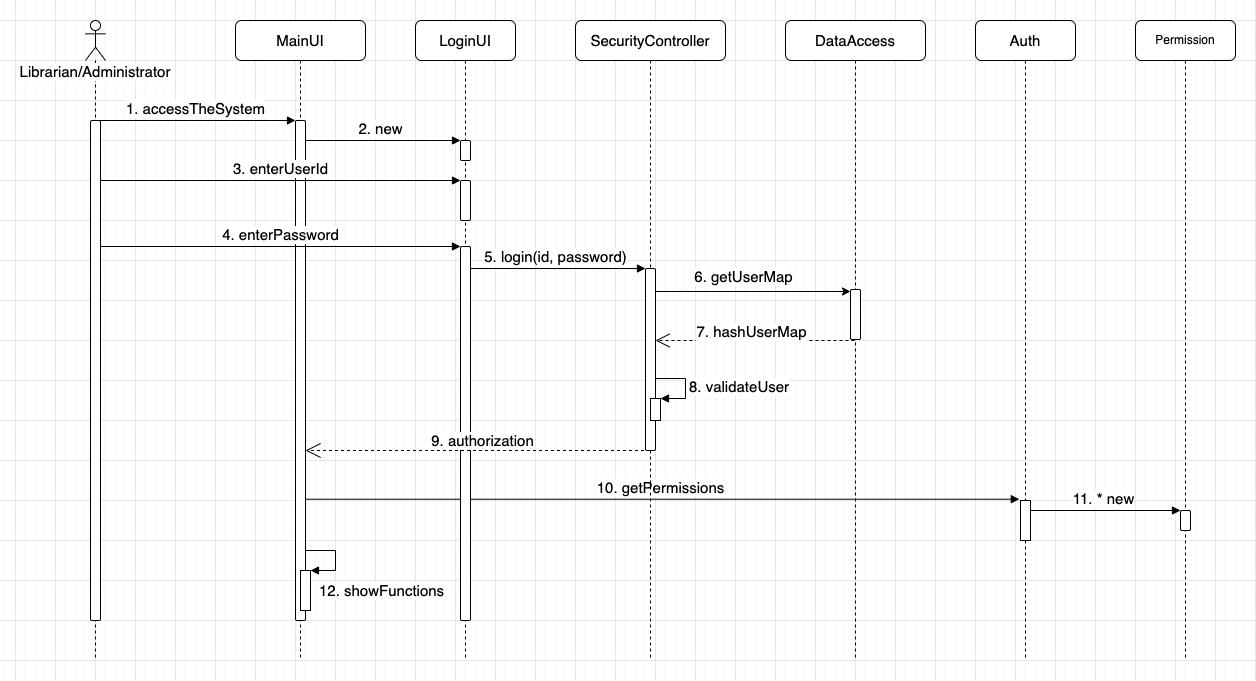
Above: uml/1_LibrarianLoginSequenceDiagram.png in mthuong/mpp-project (draw.io), before the change. Source tidied: cells renumbered, new cells last; positions are measured from the earlier drawing's top-left corner, leaving out a move shared by most shapes.
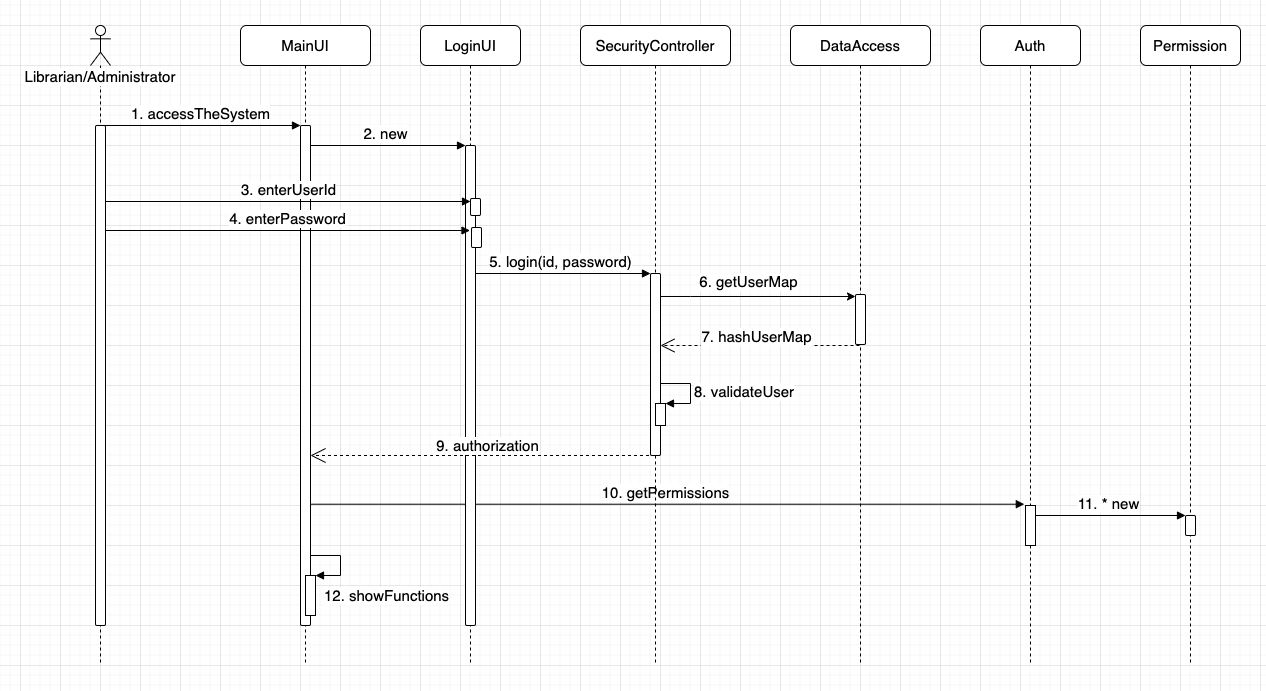
The same file after the commit.

Change to the diagram source:
```diff
@@ -5,8 +5,10 @@
     <mxCell id="2" value="11. * new" style="html=1;verticalAlign=bottom;endArrow=block;entryX=0;entryY=0;rounded=0;fontSize=15;" parent="1" edge="1" source="22" target="32">
       <mxGeometry relative="1" as="geometry" />
     </mxCell>
-    <mxCell id="3" value="2. new" style="html=1;verticalAlign=bottom;endArrow=block;entryX=0;entryY=0;rounded=0;fontSize=15;" parent="1" edge="1" source="8" target="26">
-      <mxGeometry relative="1" as="geometry" />
+    <mxCell id="3" value="2. new" style="html=1;verticalAlign=bottom;endArrow=block;entryX=0;entryY=0;rounded=0;fontSize=15;" parent="1" edge="1" source="8">
+      <mxGeometry relative="1" as="geometry">
+        <mxPoint x="375" y="120" as="targetPoint" />
+      </mxGeometry>
     </mxCell>
     <mxCell id="4" value="&lt;font style=&quot;font-size: 15px&quot;&gt;10. getPermissions&lt;/font&gt;" style="html=1;verticalAlign=bottom;endArrow=block;entryX=-0.118;entryY=-0.032;rounded=0;entryDx=0;entryDy=0;entryPerimeter=0;" parent="1" edge="1" source="8" target="23">
       <mxGeometry relative="1" as="geometry" />
@@ -97,15 +99,15 @@
     <mxCell id="24" value="LoginUI" style="shape=umlLifeline;perimeter=lifelinePerimeter;whiteSpace=wrap;html=1;rounded=1;fontSize=15;" parent="1" vertex="1">
       <mxGeometry x="330" width="100" height="640" as="geometry" />
     </mxCell>
-    <mxCell id="25" style="html=1;points=[];perimeter=orthogonalPerimeter;rounded=1;shadow=0;glass=0;sketch=0;fontSize=15;gradientColor=none;" parent="24" vertex="1">
-      <mxGeometry x="45" y="160" width="10" height="40" as="geometry" />
-    </mxCell>
-    <mxCell id="26" style="html=1;points=[];perimeter=orthogonalPerimeter;rounded=1;fontSize=15;" parent="24" vertex="1">
-      <mxGeometry x="45" y="120" width="10" height="20" as="geometry" />
-    </mxCell>
     <mxCell id="27" style="html=1;points=[];perimeter=orthogonalPerimeter;rounded=1;shadow=0;glass=0;sketch=0;fontSize=15;gradientColor=none;" parent="24" vertex="1">
-      <mxGeometry x="45" y="226" width="10" height="374" as="geometry" />
+      <mxGeometry x="45" y="120" width="10" height="480" as="geometry" />
     </mxCell>
+    <mxCell id="33" style="html=1;points=[];perimeter=orthogonalPerimeter;rounded=1;fontSize=15;" parent="24" vertex="1">
+      <mxGeometry x="50" y="173" width="10" height="17" as="geometry" />
+    </mxCell>
+    <mxCell id="34" style="html=1;perimeter=orthogonalPerimeter;rounded=1;fontSize=15;" parent="24" vertex="1">
+      <mxGeometry x="51" y="202" width="10" height="20" as="geometry" />
+    </mxCell>
     <mxCell id="28" value="9. authorization" style="edgeStyle=none;rounded=0;jettySize=auto;html=1;fontSize=15;dashed=1;endArrow=open;endFill=0;endSize=13;" parent="1" edge="1" source="13">
       <mxGeometry x="-0.03" y="-10" relative="1" as="geometry">
         <mxPoint x="220" y="430" as="targetPoint" />
@@ -114,17 +116,18 @@
         </Array>
       </mxGeometry>
     </mxCell>
-    <mxCell id="29" value="3. enterUserId" style="html=1;verticalAlign=bottom;endArrow=block;entryX=0;entryY=0;rounded=0;fontSize=15;" parent="1" edge="1" target="25">
+    <mxCell id="29" value="3. enterUserId" style="html=1;verticalAlign=bottom;endArrow=block;rounded=0;fontSize=15;" parent="1" edge="1" target="33">
       <mxGeometry relative="1" as="geometry">
-        <mxPoint x="15" y="160" as="sourcePoint" />
+        <mxPoint x="15" y="176" as="sourcePoint" />
       </mxGeometry>
     </mxCell>
-    <mxCell id="30" value="4. enterPassword" style="html=1;verticalAlign=bottom;endArrow=block;entryX=0;entryY=0;rounded=0;fontSize=15;" parent="1" edge="1" target="27">
+    <mxCell id="30" value="4. enterPassword" style="html=1;verticalAlign=bottom;endArrow=block;rounded=0;fontSize=15;" parent="1" edge="1">
       <mxGeometry relative="1" as="geometry">
-        <mxPoint x="15" y="226" as="sourcePoint" />
+        <mxPoint x="15" y="205" as="sourcePoint" />
+        <mxPoint x="379.5" y="205" as="targetPoint" />
       </mxGeometry>
     </mxCell>
-    <mxCell id="31" value="Permission" style="shape=umlLifeline;perimeter=lifelinePerimeter;whiteSpace=wrap;html=1;rounded=1;" parent="1" vertex="1">
+    <mxCell id="31" value="Permission" style="shape=umlLifeline;perimeter=lifelinePerimeter;whiteSpace=wrap;html=1;rounded=1;fontSize=15;" parent="1" vertex="1">
       <mxGeometry x="1050" width="100" height="640" as="geometry" />
     </mxCell>
     <mxCell id="32" style="html=1;points=[];perimeter=orthogonalPerimeter;rounded=1;" parent="31" vertex="1">
```
